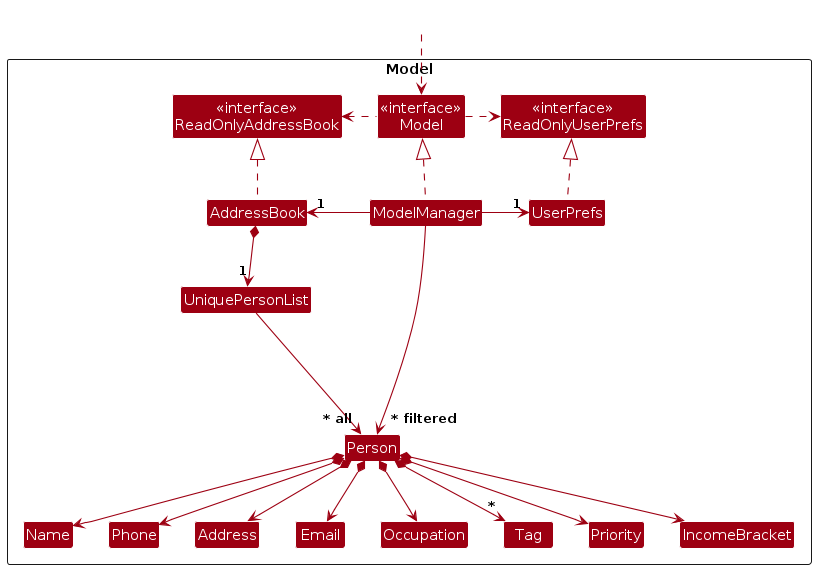
This is diagrams/ModelClassDiagram.png from zpnoob/tp, a PlantUML export, as it was before one commit. Its source is kept beside it as diagrams/ModelClassDiagram.puml.
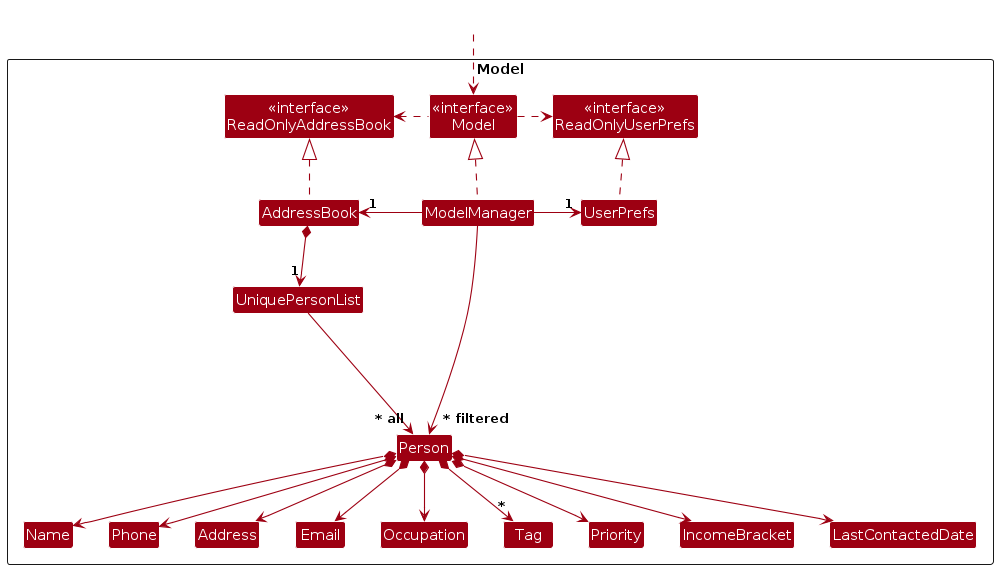
The same file after the commit.

Change to the diagram source:
```diff
@@ -22,6 +22,7 @@
 Class Tag
 Class Priority
 Class IncomeBracket
+Class LastContactedDate
 
 Class I #FFFFFF
 }
@@ -45,6 +46,7 @@
 Person *--> Email
 Person *--> Address
 Person *--> Occupation
+Person *--> LastContactedDate
 Person *--> "*" Tag
 Person *--> Priority
 Person *--> IncomeBracket
```
